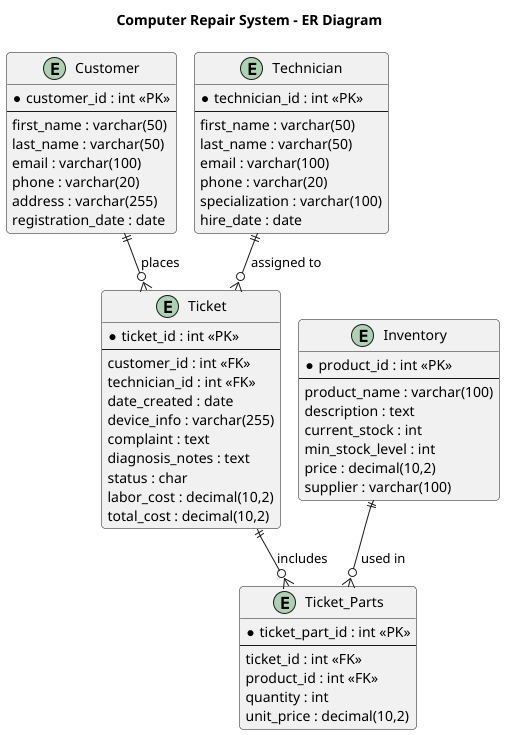
The PlantUML diagram Diagrams/Final-Images/Database_ER_Diagram.png in SwoopCodes/Computer-Repair-System, before a commit.
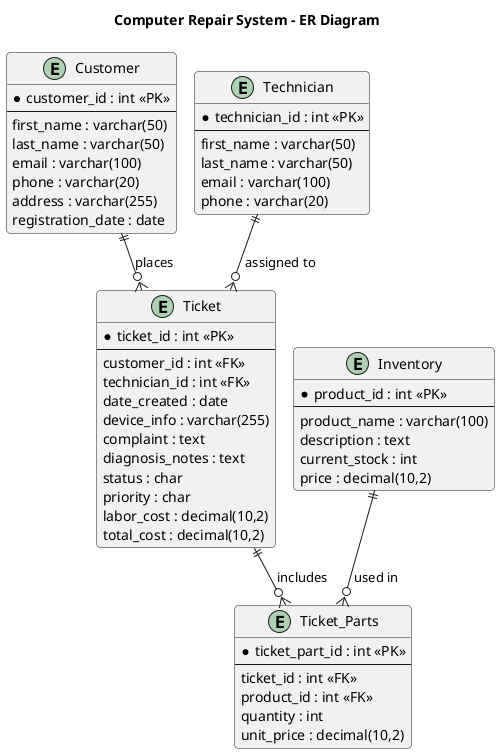
The same diagram one commit later.

What changed in the source:
```diff
@@ -28,8 +28,6 @@
   last_name : varchar(50)
   email : varchar(100)
   phone : varchar(20)
-  specialization : varchar(100)
-  hire_date : date
 }
 
 entity "Ticket" as ticket {
@@ -42,6 +40,7 @@
   complaint : text
   diagnosis_notes : text
   status : char
+  priority : char
   labor_cost : decimal(10,2)
   total_cost : decimal(10,2)
 }
@@ -52,9 +51,7 @@
   product_name : varchar(100)
   description : text
   current_stock : int
-  min_stock_level : int
   price : decimal(10,2)
-  supplier : varchar(100)
 }
 
 entity "Ticket_Parts" as ticket_parts {
```
